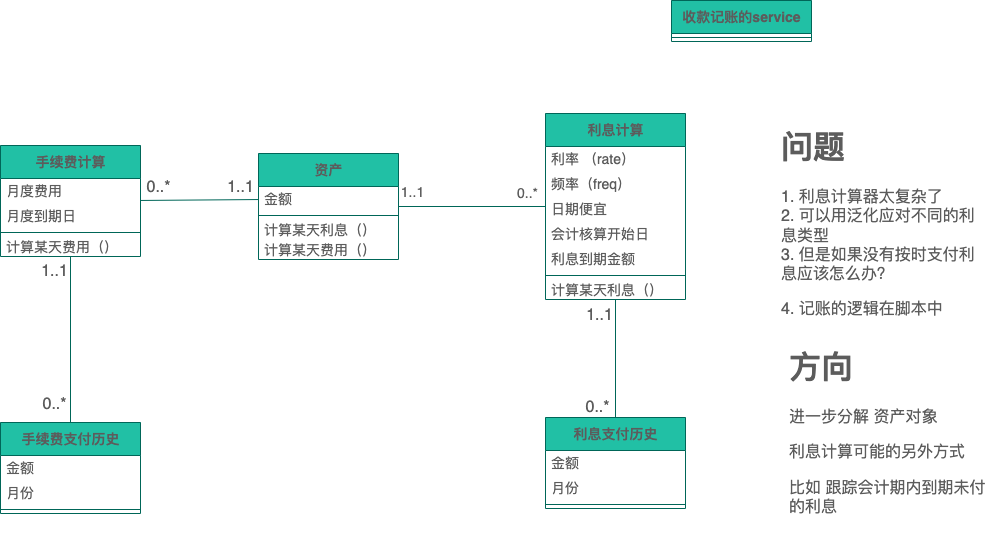
macdao/DDD-original-case keeps this draw.io diagram as InterestCalculator/src/main/resources/model/ddd-9.1.2-利息模型-V1.0.drawio.png. Above is the earlier version. Source tidied: cells renumbered, new cells last; positions are measured from the earlier drawing's top-left corner, leaving out a move shared by most shapes. Source of this version:
```xml
<mxGraphModel>
  <root>
    <mxCell id="0" />
    <mxCell id="1" parent="0" />
    <mxCell id="2" style="edgeStyle=none;curved=1;rounded=0;jettySize=auto;html=1;fontSize=14;startSize=8;endSize=8;endArrow=none;endFill=0;labelBackgroundColor=none;strokeColor=#006658;fontColor=default;" parent="1" edge="1" source="5" target="25">
      <mxGeometry relative="1" as="geometry" />
    </mxCell>
    <mxCell id="3" value="1..1" style="edgeLabel;html=1;align=center;verticalAlign=middle;fontSize=14;labelBackgroundColor=none;fontColor=#5C5C5C;" parent="2" vertex="1">
      <mxGeometry x="-0.85" y="2" relative="1" as="geometry">
        <mxPoint x="2" y="-13" as="offset" />
      </mxGeometry>
    </mxCell>
    <mxCell id="4" value="0..*" style="edgeLabel;html=1;align=center;verticalAlign=middle;fontSize=14;labelBackgroundColor=none;fontColor=#5C5C5C;" parent="2" vertex="1">
      <mxGeometry x="0.74" relative="1" as="geometry">
        <mxPoint y="-14" as="offset" />
      </mxGeometry>
    </mxCell>
    <mxCell id="5" value="资产" style="swimlane;fontStyle=1;align=center;verticalAlign=middle;horizontal=1;startSize=33;html=1;fontSize=14;labelBackgroundColor=none;fillColor=#21C0A5;strokeColor=#006658;fontColor=#5C5C5C;" parent="1" vertex="1">
      <mxGeometry x="258" y="153" width="140" height="106" as="geometry" />
    </mxCell>
    <mxCell id="6" value="金额" style="text;html=1;strokeColor=none;fillColor=none;align=left;verticalAlign=middle;spacingLeft=4;spacingRight=4;overflow=hidden;points=[[0,0.5],[1,0.5]];portConstraint=eastwest;fontSize=14;labelBackgroundColor=none;fontColor=#5C5C5C;" parent="5" vertex="1">
      <mxGeometry y="33" width="140" height="25" as="geometry" />
    </mxCell>
    <mxCell id="7" style="line;strokeWidth=1;fillColor=none;align=left;verticalAlign=middle;spacingTop=-1;spacingLeft=3;spacingRight=3;labelPosition=right;fontSize=14;labelBackgroundColor=none;strokeColor=#006658;fontColor=#5C5C5C;" parent="5" vertex="1">
      <mxGeometry y="58" width="140" height="8" as="geometry" />
    </mxCell>
    <mxCell id="8" value="计算某天利息（）" style="text;html=1;strokeColor=none;fillColor=none;align=left;verticalAlign=middle;spacingLeft=4;spacingRight=4;overflow=hidden;fontSize=14;labelBackgroundColor=none;fontColor=#5C5C5C;" parent="5" vertex="1">
      <mxGeometry y="66" width="140" height="20" as="geometry" />
    </mxCell>
    <mxCell id="9" value="计算某天费用（）" style="text;html=1;strokeColor=none;fillColor=none;align=left;verticalAlign=middle;spacingLeft=4;spacingRight=4;overflow=hidden;fontSize=14;labelBackgroundColor=none;fontColor=#5C5C5C;" parent="5" vertex="1">
      <mxGeometry y="86" width="140" height="20" as="geometry" />
    </mxCell>
    <mxCell id="10" style="edgeStyle=none;curved=1;rounded=0;jettySize=auto;html=1;strokeColor=#006658;fontSize=12;fontColor=#5C5C5C;startSize=8;endSize=8;fillColor=#21C0A5;endArrow=none;endFill=0;" parent="1" edge="1" source="13" target="18">
      <mxGeometry relative="1" as="geometry" />
    </mxCell>
    <mxCell id="11" value="1..1" style="edgeLabel;html=1;align=center;verticalAlign=middle;fontSize=16;fontColor=#5C5C5C;" parent="10" vertex="1">
      <mxGeometry x="-0.84" y="1" relative="1" as="geometry">
        <mxPoint x="-18" as="offset" />
      </mxGeometry>
    </mxCell>
    <mxCell id="12" value="0..*" style="edgeLabel;html=1;align=center;verticalAlign=middle;fontSize=16;fontColor=#5C5C5C;" parent="10" vertex="1">
      <mxGeometry x="0.77" y="1" relative="1" as="geometry">
        <mxPoint x="-18" as="offset" />
      </mxGeometry>
    </mxCell>
    <mxCell id="13" value="手续费计算" style="swimlane;fontStyle=1;align=center;verticalAlign=middle;horizontal=1;startSize=33;html=1;fontSize=14;labelBackgroundColor=none;fillColor=#21C0A5;strokeColor=#006658;fontColor=#5C5C5C;" parent="1" vertex="1">
      <mxGeometry y="145" width="140" height="111" as="geometry" />
    </mxCell>
    <mxCell id="14" value="月度费用" style="text;html=1;strokeColor=none;fillColor=none;align=left;verticalAlign=middle;spacingLeft=4;spacingRight=4;overflow=hidden;fontSize=14;labelBackgroundColor=none;fontColor=#5C5C5C;" parent="13" vertex="1">
      <mxGeometry y="33" width="140" height="25" as="geometry" />
    </mxCell>
    <mxCell id="15" value="月度到期日" style="text;html=1;strokeColor=none;fillColor=none;align=left;verticalAlign=middle;spacingLeft=4;spacingRight=4;overflow=hidden;fontSize=14;labelBackgroundColor=none;fontColor=#5C5C5C;" parent="13" vertex="1">
      <mxGeometry y="58" width="140" height="25" as="geometry" />
    </mxCell>
    <mxCell id="16" style="line;strokeWidth=1;fillColor=none;align=left;verticalAlign=middle;spacingTop=-1;spacingLeft=3;spacingRight=3;labelPosition=right;fontSize=14;labelBackgroundColor=none;strokeColor=#006658;fontColor=#5C5C5C;" parent="13" vertex="1">
      <mxGeometry y="83" width="140" height="8" as="geometry" />
    </mxCell>
    <mxCell id="17" value="计算某天费用（）" style="text;html=1;strokeColor=none;fillColor=none;align=left;verticalAlign=middle;spacingLeft=4;spacingRight=4;overflow=hidden;fontSize=14;labelBackgroundColor=none;fontColor=#5C5C5C;" parent="13" vertex="1">
      <mxGeometry y="91" width="140" height="20" as="geometry" />
    </mxCell>
    <mxCell id="18" value="手续费支付历史" style="swimlane;fontStyle=1;align=center;verticalAlign=middle;horizontal=1;startSize=33;html=1;fontSize=14;labelBackgroundColor=none;fillColor=#21C0A5;strokeColor=#006658;fontColor=#5C5C5C;" parent="1" vertex="1">
      <mxGeometry y="422" width="140" height="91" as="geometry" />
    </mxCell>
    <mxCell id="19" value="金额" style="text;html=1;strokeColor=none;fillColor=none;align=left;verticalAlign=middle;spacingLeft=4;spacingRight=4;overflow=hidden;fontSize=14;labelBackgroundColor=none;fontColor=#5C5C5C;" parent="18" vertex="1">
      <mxGeometry y="33" width="140" height="25" as="geometry" />
    </mxCell>
    <mxCell id="20" value="月份" style="text;html=1;strokeColor=none;fillColor=none;align=left;verticalAlign=middle;spacingLeft=4;spacingRight=4;overflow=hidden;fontSize=14;labelBackgroundColor=none;fontColor=#5C5C5C;" parent="18" vertex="1">
      <mxGeometry y="58" width="140" height="25" as="geometry" />
    </mxCell>
    <mxCell id="21" style="line;strokeWidth=1;fillColor=none;align=left;verticalAlign=middle;spacingTop=-1;spacingLeft=3;spacingRight=3;labelPosition=right;fontSize=14;labelBackgroundColor=none;strokeColor=#006658;fontColor=#5C5C5C;" parent="18" vertex="1">
      <mxGeometry y="83" width="140" height="8" as="geometry" />
    </mxCell>
    <mxCell id="22" style="edgeStyle=none;curved=1;rounded=0;jettySize=auto;html=1;strokeColor=#006658;fontSize=12;fontColor=#5C5C5C;endArrow=none;endFill=0;startSize=8;endSize=8;fillColor=#21C0A5;" parent="1" edge="1" source="25" target="34">
      <mxGeometry relative="1" as="geometry" />
    </mxCell>
    <mxCell id="23" value="1..1" style="edgeLabel;html=1;align=center;verticalAlign=middle;fontSize=16;fontColor=#5C5C5C;" parent="22" vertex="1">
      <mxGeometry x="-0.75" relative="1" as="geometry">
        <mxPoint x="-17" as="offset" />
      </mxGeometry>
    </mxCell>
    <mxCell id="24" value="0..*" style="edgeLabel;html=1;align=center;verticalAlign=middle;fontSize=16;fontColor=#5C5C5C;" parent="22" vertex="1">
      <mxGeometry x="0.81" y="2" relative="1" as="geometry">
        <mxPoint x="-21" as="offset" />
      </mxGeometry>
    </mxCell>
    <mxCell id="25" value="利息计算" style="swimlane;fontStyle=1;align=center;verticalAlign=middle;horizontal=1;startSize=33;html=1;fontSize=14;labelBackgroundColor=none;fillColor=#21C0A5;strokeColor=#006658;fontColor=#5C5C5C;" parent="1" vertex="1">
      <mxGeometry x="545" y="113" width="140" height="186" as="geometry" />
    </mxCell>
    <mxCell id="26" value="利率 （rate）" style="text;html=1;strokeColor=none;fillColor=none;align=left;verticalAlign=middle;spacingLeft=4;spacingRight=4;overflow=hidden;fontSize=14;labelBackgroundColor=none;fontColor=#5C5C5C;" parent="25" vertex="1">
      <mxGeometry y="33" width="140" height="25" as="geometry" />
    </mxCell>
    <mxCell id="27" value="频率（freq）" style="text;html=1;strokeColor=none;fillColor=none;align=left;verticalAlign=middle;spacingLeft=4;spacingRight=4;overflow=hidden;fontSize=14;labelBackgroundColor=none;fontColor=#5C5C5C;" parent="25" vertex="1">
      <mxGeometry y="58" width="140" height="25" as="geometry" />
    </mxCell>
    <mxCell id="28" value="日期便宜" style="text;html=1;strokeColor=none;fillColor=none;align=left;verticalAlign=middle;spacingLeft=4;spacingRight=4;overflow=hidden;fontSize=14;labelBackgroundColor=none;fontColor=#5C5C5C;" parent="25" vertex="1">
      <mxGeometry y="83" width="140" height="25" as="geometry" />
    </mxCell>
    <mxCell id="29" value="会计核算开始日" style="text;html=1;strokeColor=none;fillColor=none;align=left;verticalAlign=middle;spacingLeft=4;spacingRight=4;overflow=hidden;fontSize=14;labelBackgroundColor=none;fontColor=#5C5C5C;" parent="25" vertex="1">
      <mxGeometry y="108" width="140" height="25" as="geometry" />
    </mxCell>
    <mxCell id="30" value="利息到期金额" style="text;html=1;strokeColor=none;fillColor=none;align=left;verticalAlign=middle;spacingLeft=4;spacingRight=4;overflow=hidden;fontSize=14;labelBackgroundColor=none;fontColor=#5C5C5C;" parent="25" vertex="1">
      <mxGeometry y="133" width="140" height="25" as="geometry" />
    </mxCell>
    <mxCell id="31" style="line;strokeWidth=1;fillColor=none;align=left;verticalAlign=middle;spacingTop=-1;spacingLeft=3;spacingRight=3;labelPosition=right;fontSize=14;labelBackgroundColor=none;strokeColor=#006658;fontColor=#5C5C5C;" parent="25" vertex="1">
      <mxGeometry y="158" width="140" height="8" as="geometry" />
    </mxCell>
    <mxCell id="32" value="计算某天利息（）" style="text;html=1;strokeColor=none;fillColor=none;align=left;verticalAlign=middle;spacingLeft=4;spacingRight=4;overflow=hidden;points=[[0,0.5],[1,0.5]];portConstraint=eastwest;fontSize=14;labelBackgroundColor=none;fontColor=#5C5C5C;" parent="25" vertex="1">
      <mxGeometry y="166" width="140" height="20" as="geometry" />
    </mxCell>
    <mxCell id="33" style="edgeStyle=none;curved=1;rounded=0;jettySize=auto;html=1;strokeColor=#006658;fontSize=12;fontColor=#5C5C5C;endArrow=none;endFill=0;startSize=8;endSize=8;fillColor=#21C0A5;" parent="1" edge="1" source="34" target="32">
      <mxGeometry relative="1" as="geometry" />
    </mxCell>
    <mxCell id="34" value="利息支付历史" style="swimlane;fontStyle=1;align=center;verticalAlign=middle;horizontal=1;startSize=33;html=1;fontSize=14;labelBackgroundColor=none;fillColor=#21C0A5;strokeColor=#006658;fontColor=#5C5C5C;" parent="1" vertex="1">
      <mxGeometry x="545" y="417" width="140" height="91" as="geometry" />
    </mxCell>
    <mxCell id="35" value="金额" style="text;html=1;strokeColor=none;fillColor=none;align=left;verticalAlign=middle;spacingLeft=4;spacingRight=4;overflow=hidden;fontSize=14;labelBackgroundColor=none;fontColor=#5C5C5C;" parent="34" vertex="1">
      <mxGeometry y="33" width="140" height="25" as="geometry" />
    </mxCell>
    <mxCell id="36" value="月份" style="text;html=1;strokeColor=none;fillColor=none;align=left;verticalAlign=middle;spacingLeft=4;spacingRight=4;overflow=hidden;fontSize=14;labelBackgroundColor=none;fontColor=#5C5C5C;" parent="34" vertex="1">
      <mxGeometry y="58" width="140" height="25" as="geometry" />
    </mxCell>
    <mxCell id="37" style="line;strokeWidth=1;fillColor=none;align=left;verticalAlign=middle;spacingTop=-1;spacingLeft=3;spacingRight=3;labelPosition=right;fontSize=14;labelBackgroundColor=none;strokeColor=#006658;fontColor=#5C5C5C;" parent="34" vertex="1">
      <mxGeometry y="83" width="140" height="8" as="geometry" />
    </mxCell>
    <mxCell id="38" style="edgeStyle=none;curved=1;rounded=0;jettySize=auto;html=1;strokeColor=#006658;fontSize=12;fontColor=default;endArrow=none;endFill=0;startSize=8;endSize=8;fillColor=#21C0A5;labelBackgroundColor=none;" parent="1" edge="1" source="6" target="13">
      <mxGeometry relative="1" as="geometry" />
    </mxCell>
    <mxCell id="39" value="0..*" style="edgeLabel;html=1;align=center;verticalAlign=middle;fontSize=16;fontColor=#5C5C5C;labelBackgroundColor=none;" parent="38" vertex="1">
      <mxGeometry x="0.71" y="1" relative="1" as="geometry">
        <mxPoint y="-14" as="offset" />
      </mxGeometry>
    </mxCell>
    <mxCell id="40" value="1..1" style="edgeLabel;html=1;align=center;verticalAlign=middle;fontSize=16;fontColor=#5C5C5C;labelBackgroundColor=none;" parent="38" vertex="1">
      <mxGeometry x="-0.78" y="-2" relative="1" as="geometry">
        <mxPoint x="-5" y="-11" as="offset" />
      </mxGeometry>
    </mxCell>
    <mxCell id="41" value="&lt;h1&gt;问题&lt;/h1&gt;&lt;p&gt;1. 利息计算器太复杂了&lt;br style=&quot;border-color: var(--border-color);&quot;&gt;2. 可以用泛化应对不同的利息类型&lt;br style=&quot;border-color: var(--border-color);&quot;&gt;3. 但是如果没有按时支付利息应该怎么办？&lt;/p&gt;&lt;p&gt;&lt;span style=&quot;background-color: initial;&quot;&gt;4. 记账的逻辑在脚本中&amp;nbsp;&lt;/span&gt;&lt;/p&gt;" style="text;html=1;strokeColor=none;fillColor=none;spacing=5;spacingTop=-20;whiteSpace=wrap;overflow=hidden;rounded=0;fontSize=16;fontColor=#5C5C5C;" parent="1" vertex="1">
      <mxGeometry x="776" y="117" width="209" height="218" as="geometry" />
    </mxCell>
    <mxCell id="42" value="&lt;h1&gt;方向&lt;/h1&gt;&lt;p&gt;进一步分解 资产对象&lt;/p&gt;&lt;p&gt;利息计算可能的另外方式&lt;/p&gt;&lt;p&gt;比如 跟踪会计期内到期未付的利息&lt;/p&gt;" style="text;html=1;strokeColor=none;fillColor=none;spacing=5;spacingTop=-20;whiteSpace=wrap;overflow=hidden;rounded=0;fontSize=16;fontColor=#5C5C5C;" parent="1" vertex="1">
      <mxGeometry x="784" y="337" width="209" height="198" as="geometry" />
    </mxCell>
    <mxCell id="43" value="收款记账的service" style="swimlane;fontStyle=1;align=center;verticalAlign=middle;horizontal=1;startSize=33;html=1;fontSize=14;labelBackgroundColor=none;fillColor=#21C0A5;strokeColor=#006658;fontColor=#5C5C5C;" parent="1" vertex="1">
      <mxGeometry x="671" width="140" height="41" as="geometry" />
    </mxCell>
    <mxCell id="44" style="line;strokeWidth=1;fillColor=none;align=left;verticalAlign=middle;spacingTop=-1;spacingLeft=3;spacingRight=3;labelPosition=right;fontSize=14;labelBackgroundColor=none;strokeColor=#006658;fontColor=#5C5C5C;" parent="43" vertex="1">
      <mxGeometry y="33" width="140" height="8" as="geometry" />
    </mxCell>
  </root>
</mxGraphModel>
```
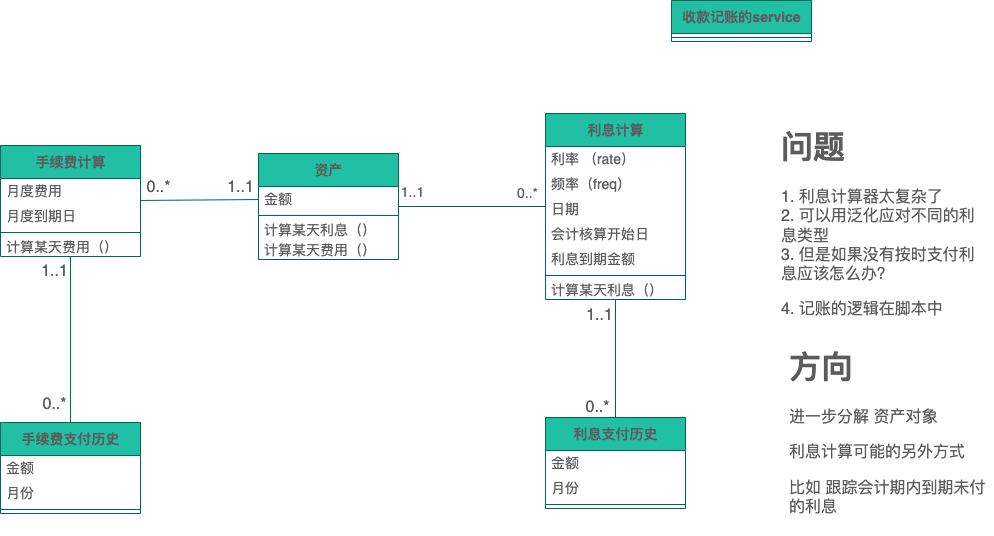
The same diagram one commit later.

The edit, as a diff of the source:
```diff
@@ -92,7 +92,7 @@
     <mxCell id="27" value="频率（freq）" style="text;html=1;strokeColor=none;fillColor=none;align=left;verticalAlign=middle;spacingLeft=4;spacingRight=4;overflow=hidden;fontSize=14;labelBackgroundColor=none;fontColor=#5C5C5C;" parent="25" vertex="1">
       <mxGeometry y="58" width="140" height="25" as="geometry" />
     </mxCell>
-    <mxCell id="28" value="日期便宜" style="text;html=1;strokeColor=none;fillColor=none;align=left;verticalAlign=middle;spacingLeft=4;spacingRight=4;overflow=hidden;fontSize=14;labelBackgroundColor=none;fontColor=#5C5C5C;" parent="25" vertex="1">
+    <mxCell id="28" value="日期" style="text;html=1;strokeColor=none;fillColor=none;align=left;verticalAlign=middle;spacingLeft=4;spacingRight=4;overflow=hidden;fontSize=14;labelBackgroundColor=none;fontColor=#5C5C5C;" parent="25" vertex="1">
       <mxGeometry y="83" width="140" height="25" as="geometry" />
     </mxCell>
     <mxCell id="29" value="会计核算开始日" style="text;html=1;strokeColor=none;fillColor=none;align=left;verticalAlign=middle;spacingLeft=4;spacingRight=4;overflow=hidden;fontSize=14;labelBackgroundColor=none;fontColor=#5C5C5C;" parent="25" vertex="1">
```
